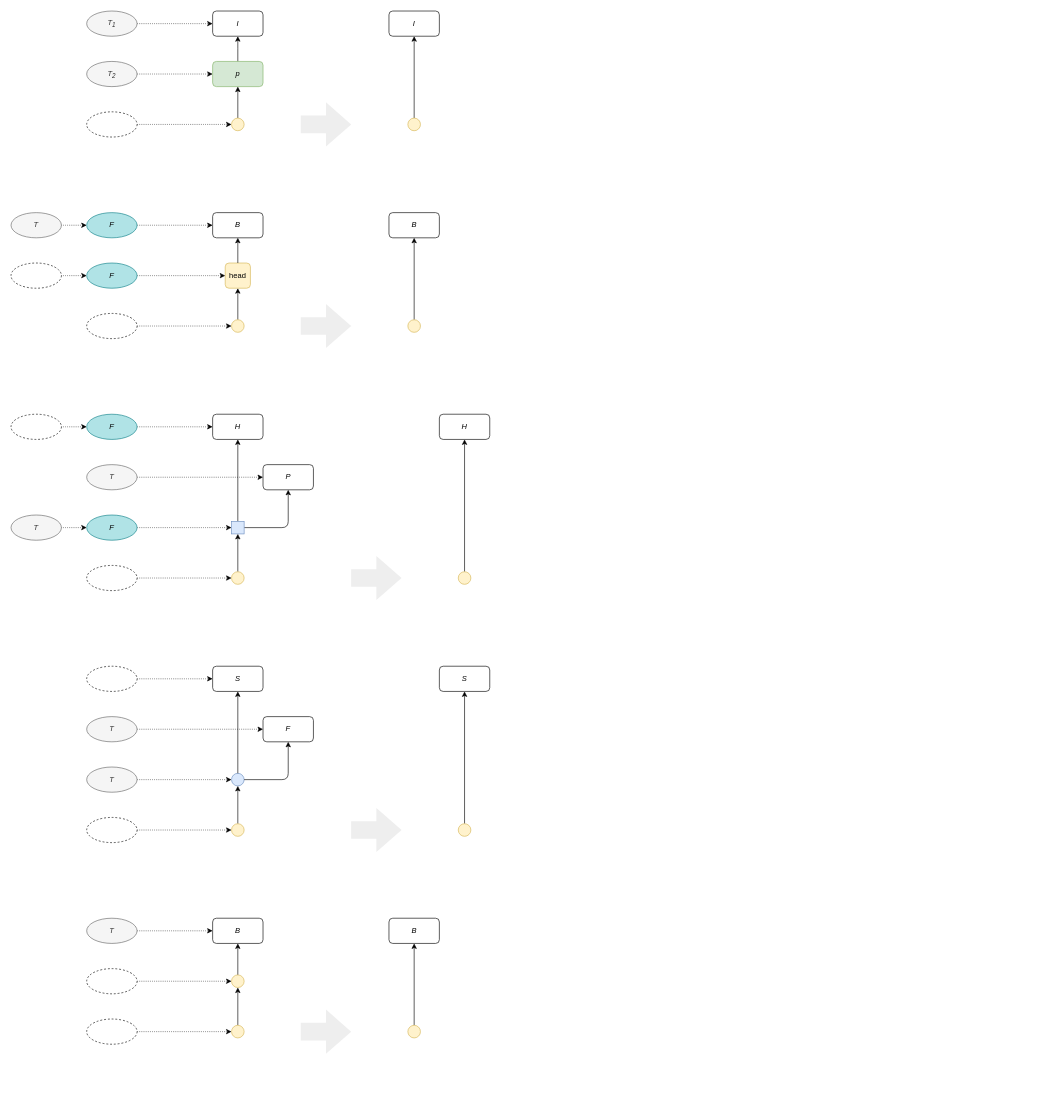
This is page "Slot Propagation" (2 of 3) of rewrite-rules.drawio from rbt-lang/diagrams, a draw.io file, before an edit. Source tidied: cells renumbered, new cells numbered last; positions are measured from the earlier drawing's top-left corner, leaving out a move shared by most shapes. Both pictures are drawn from the tidied source at 63%, with x=0, y=0 at pixel (11, 11).
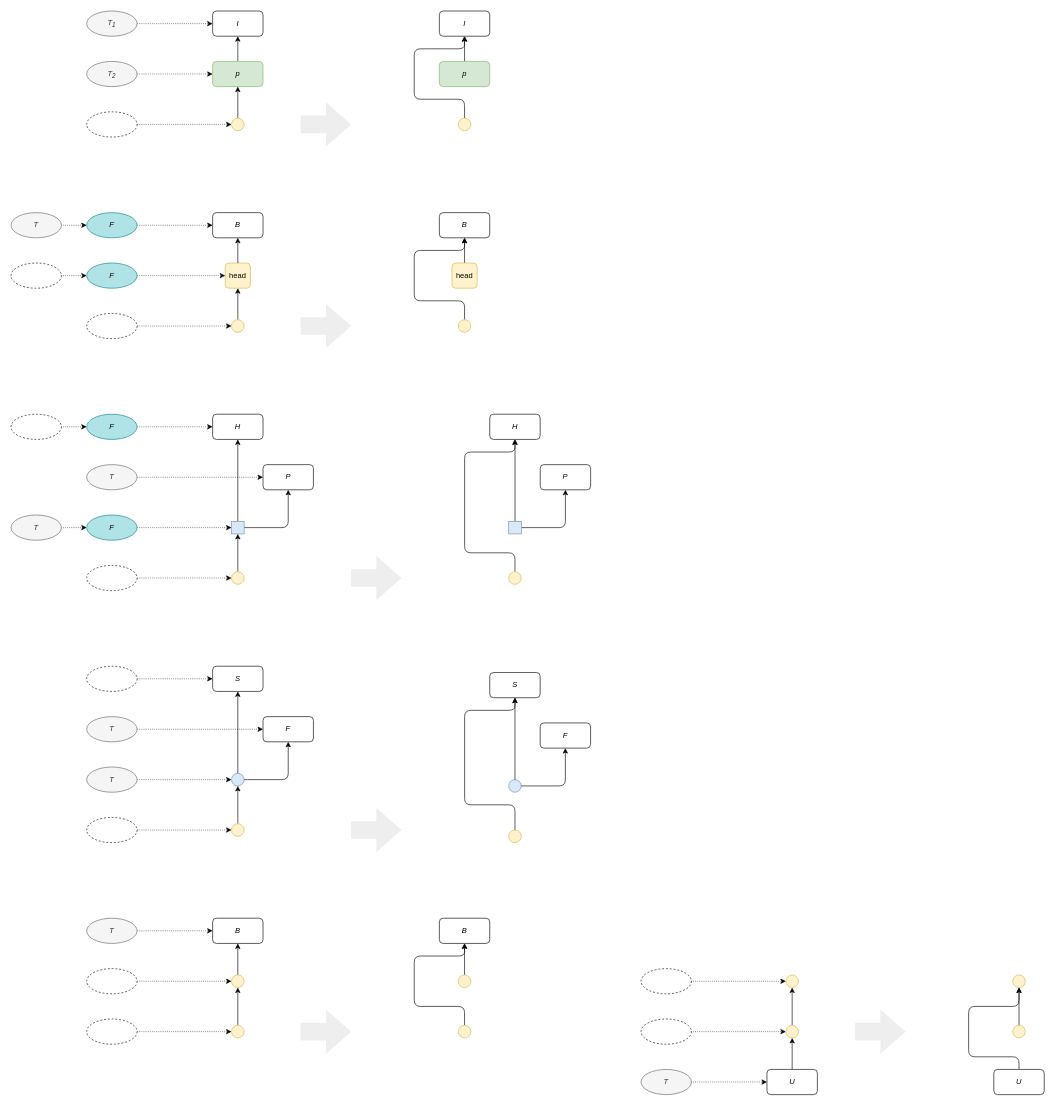
After the change.

The edit, as a diff of the source:
```diff
@@
     <mxCell id="19" value="&lt;i&gt;I&lt;/i&gt;" style="rounded=1;whiteSpace=wrap;html=1;" parent="1" vertex="1">
-      <mxGeometry x="599.9" width="80" height="40" as="geometry" />
+      <mxGeometry x="679.9" width="80" height="40" as="geometry" />
     </mxCell>
-    <mxCell id="20" style="edgeStyle=orthogonalEdgeStyle;rounded=0;jettySize=auto;html=1;entryX=0.5;entryY=1;entryDx=0;entryDy=0;startArrow=none;startFill=0;" parent="1" edge="1" source="21" target="19">
-      <mxGeometry relative="1" as="geometry" />
+    <mxCell id="20" style="edgeStyle=orthogonalEdgeStyle;rounded=1;jettySize=auto;html=1;entryX=0.5;entryY=1;entryDx=0;entryDy=0;startArrow=none;startFill=0;" parent="1" edge="1" source="21" target="19">
+      <mxGeometry relative="1" as="geometry">
+        <Array as="points">
+          <mxPoint x="720" y="140" />
+          <mxPoint x="640" y="140" />
+          <mxPoint x="640" y="60" />
+          <mxPoint x="720" y="60" />
+        </Array>
+      </mxGeometry>
     </mxCell>
     <mxCell id="21" style="ellipse;whiteSpace=wrap;html=1;rounded=1;shadow=0;glass=0;sketch=0;align=left;fillColor=#fff2cc;strokeColor=#d6b656;" parent="1" vertex="1">
-      <mxGeometry x="629.9" y="170" width="20" height="20" as="geometry" />
+      <mxGeometry x="709.9" y="170" width="20" height="20" as="geometry" />
     </mxCell>
@@
     <mxCell id="27" value="&lt;i&gt;B&lt;/i&gt;" style="rounded=1;whiteSpace=wrap;html=1;" parent="1" vertex="1">
-      <mxGeometry x="599.9" y="320" width="80" height="40" as="geometry" />
+      <mxGeometry x="679.9" y="320" width="80" height="40" as="geometry" />
     </mxCell>
-    <mxCell id="28" style="edgeStyle=orthogonalEdgeStyle;rounded=0;jettySize=auto;html=1;entryX=0.5;entryY=1;entryDx=0;entryDy=0;startArrow=none;startFill=0;" parent="1" edge="1" source="29" target="27">
-      <mxGeometry relative="1" as="geometry" />
+    <mxCell id="28" style="edgeStyle=orthogonalEdgeStyle;rounded=1;jettySize=auto;html=1;entryX=0.5;entryY=1;entryDx=0;entryDy=0;startArrow=none;startFill=0;" parent="1" edge="1" source="29" target="27">
+      <mxGeometry relative="1" as="geometry">
+        <Array as="points">
+          <mxPoint x="720" y="460" />
+          <mxPoint x="640" y="460" />
+          <mxPoint x="640" y="380" />
+          <mxPoint x="720" y="380" />
+        </Array>
+      </mxGeometry>
     </mxCell>
     <mxCell id="29" style="ellipse;whiteSpace=wrap;html=1;rounded=1;shadow=0;glass=0;sketch=0;align=left;fillColor=#fff2cc;strokeColor=#d6b656;" parent="1" vertex="1">
-      <mxGeometry x="629.9" y="490" width="20" height="20" as="geometry" />
+      <mxGeometry x="709.9" y="490" width="20" height="20" as="geometry" />
     </mxCell>
@@
     <mxCell id="33" value="&lt;i&gt;H&lt;/i&gt;" style="rounded=1;whiteSpace=wrap;html=1;" parent="1" vertex="1">
-      <mxGeometry x="679.9" y="640" width="80" height="40" as="geometry" />
+      <mxGeometry x="759.9" y="640" width="80" height="40" as="geometry" />
     </mxCell>
-    <mxCell id="34" style="edgeStyle=orthogonalEdgeStyle;rounded=0;jettySize=auto;html=1;entryX=0.5;entryY=1;entryDx=0;entryDy=0;startArrow=none;startFill=0;" parent="1" edge="1" source="35" target="33">
-      <mxGeometry relative="1" as="geometry" />
+    <mxCell id="34" style="edgeStyle=orthogonalEdgeStyle;rounded=1;jettySize=auto;html=1;entryX=0.5;entryY=1;entryDx=0;entryDy=0;startArrow=none;startFill=0;" parent="1" edge="1" source="35" target="33">
+      <mxGeometry relative="1" as="geometry">
+        <Array as="points">
+          <mxPoint x="800" y="860" />
+          <mxPoint x="720" y="860" />
+          <mxPoint x="720" y="700" />
+          <mxPoint x="800" y="700" />
+        </Array>
+      </mxGeometry>
     </mxCell>
     <mxCell id="35" style="ellipse;whiteSpace=wrap;html=1;rounded=1;shadow=0;glass=0;sketch=0;align=left;fillColor=#fff2cc;strokeColor=#d6b656;" parent="1" vertex="1">
-      <mxGeometry x="709.9" y="890" width="20" height="20" as="geometry" />
+      <mxGeometry x="789.9" y="890" width="20" height="20" as="geometry" />
     </mxCell>
@@
-    <mxCell id="39" value="&lt;i&gt;S&lt;/i&gt;" style="rounded=1;whiteSpace=wrap;html=1;" parent="1" vertex="1">
-      <mxGeometry x="679.9" y="1040" width="80" height="40" as="geometry" />
-    </mxCell>
-    <mxCell id="40" style="edgeStyle=orthogonalEdgeStyle;rounded=0;jettySize=auto;html=1;entryX=0.5;entryY=1;entryDx=0;entryDy=0;startArrow=none;startFill=0;" parent="1" edge="1" source="41" target="39">
-      <mxGeometry relative="1" as="geometry" />
-    </mxCell>
-    <mxCell id="41" style="ellipse;whiteSpace=wrap;html=1;rounded=1;shadow=0;glass=0;sketch=0;align=left;fillColor=#fff2cc;strokeColor=#d6b656;" parent="1" vertex="1">
-      <mxGeometry x="709.9" y="1290" width="20" height="20" as="geometry" />
-    </mxCell>
@@
-    <mxCell id="47" value="&lt;i&gt;B&lt;/i&gt;" style="rounded=1;whiteSpace=wrap;html=1;" parent="1" vertex="1">
-      <mxGeometry x="599.9" y="1440" width="80" height="40" as="geometry" />
-    </mxCell>
-    <mxCell id="48" style="edgeStyle=orthogonalEdgeStyle;rounded=0;jettySize=auto;html=1;entryX=0.5;entryY=1;entryDx=0;entryDy=0;startArrow=none;startFill=0;" parent="1" edge="1" source="49" target="47">
-      <mxGeometry relative="1" as="geometry" />
-    </mxCell>
-    <mxCell id="49" style="ellipse;whiteSpace=wrap;html=1;rounded=1;shadow=0;glass=0;sketch=0;align=left;fillColor=#fff2cc;strokeColor=#d6b656;" parent="1" vertex="1">
-      <mxGeometry x="629.9" y="1610" width="20" height="20" as="geometry" />
-    </mxCell>
@@
+    <mxCell id="93" style="edgeStyle=orthogonalEdgeStyle;rounded=1;jettySize=auto;html=1;entryX=0.5;entryY=1;entryDx=0;entryDy=0;startArrow=none;startFill=0;" parent="1" edge="1" source="94" target="19">
+      <mxGeometry relative="1" as="geometry" />
+    </mxCell>
+    <mxCell id="94" value="&lt;i&gt;p&lt;/i&gt;" style="rounded=1;whiteSpace=wrap;html=1;fillColor=#d5e8d4;strokeColor=#82b366;" parent="1" vertex="1">
+      <mxGeometry x="679.9" y="80" width="80" height="40" as="geometry" />
+    </mxCell>
+    <mxCell id="95" style="edgeStyle=orthogonalEdgeStyle;rounded=1;jettySize=auto;html=1;startArrow=none;startFill=0;entryX=0.5;entryY=1;entryDx=0;entryDy=0;" parent="1" edge="1" source="96" target="27">
+      <mxGeometry relative="1" as="geometry" />
+    </mxCell>
+    <mxCell id="96" value="head" style="rounded=1;whiteSpace=wrap;html=1;fillColor=#fff2cc;strokeColor=#d6b656;" parent="1" vertex="1">
+      <mxGeometry x="699.9" y="400" width="40" height="40" as="geometry" />
+    </mxCell>
+    <mxCell id="97" style="edgeStyle=orthogonalEdgeStyle;rounded=1;jettySize=auto;html=1;entryX=0.5;entryY=1;entryDx=0;entryDy=0;" parent="1" edge="1" source="99" target="100">
+      <mxGeometry relative="1" as="geometry" />
+    </mxCell>
+    <mxCell id="98" style="edgeStyle=orthogonalEdgeStyle;rounded=1;jettySize=auto;html=1;entryX=0.5;entryY=1;entryDx=0;entryDy=0;startArrow=none;startFill=0;" parent="1" edge="1" source="99" target="33">
+      <mxGeometry relative="1" as="geometry">
+        <Array as="points">
+          <mxPoint x="800" y="690" />
+          <mxPoint x="800" y="690" />
+        </Array>
+      </mxGeometry>
+    </mxCell>
+    <mxCell id="99" style="rounded=0;whiteSpace=wrap;html=1;fillColor=#dae8fc;strokeColor=#6c8ebf;" parent="1" vertex="1">
+      <mxGeometry x="790" y="810" width="20" height="20" as="geometry" />
+    </mxCell>
+    <mxCell id="100" value="&lt;i&gt;P&lt;/i&gt;" style="rounded=1;whiteSpace=wrap;html=1;" parent="1" vertex="1">
+      <mxGeometry x="840" y="720" width="80" height="40" as="geometry" />
+    </mxCell>
+    <mxCell id="101" style="ellipse;whiteSpace=wrap;html=1;rounded=1;shadow=0;glass=0;sketch=0;align=left;fillColor=#dae8fc;strokeColor=#6c8ebf;" parent="1" vertex="1">
+      <mxGeometry x="789.9" y="1220" width="20" height="20" as="geometry" />
+    </mxCell>
+    <mxCell id="102" style="edgeStyle=orthogonalEdgeStyle;rounded=0;jettySize=auto;html=1;entryX=0.5;entryY=1;entryDx=0;entryDy=0;exitX=0.5;exitY=0;exitDx=0;exitDy=0;startArrow=none;startFill=0;" parent="1" edge="1" source="101" target="39">
+      <mxGeometry relative="1" as="geometry" />
+    </mxCell>
+    <mxCell id="103" style="edgeStyle=orthogonalEdgeStyle;rounded=1;jettySize=auto;html=1;entryX=0.5;entryY=1;entryDx=0;entryDy=0;exitX=1;exitY=0.5;exitDx=0;exitDy=0;" parent="1" edge="1" source="101" target="104">
+      <mxGeometry relative="1" as="geometry" />
+    </mxCell>
+    <mxCell id="39" value="&lt;i&gt;S&lt;/i&gt;" style="rounded=1;whiteSpace=wrap;html=1;" parent="1" vertex="1">
+      <mxGeometry x="759.9" y="1050" width="80" height="40" as="geometry" />
+    </mxCell>
+    <mxCell id="104" value="&lt;i&gt;F&lt;/i&gt;" style="rounded=1;whiteSpace=wrap;html=1;" parent="1" vertex="1">
+      <mxGeometry x="839.9" y="1130" width="80" height="40" as="geometry" />
+    </mxCell>
+    <mxCell id="105" style="edgeStyle=orthogonalEdgeStyle;rounded=1;jettySize=auto;html=1;entryX=0.5;entryY=1;entryDx=0;entryDy=0;startArrow=none;startFill=0;" parent="1" edge="1" source="106" target="39">
+      <mxGeometry relative="1" as="geometry">
+        <Array as="points">
+          <mxPoint x="800" y="1260" />
+          <mxPoint x="720" y="1260" />
+          <mxPoint x="720" y="1110" />
+          <mxPoint x="800" y="1110" />
+        </Array>
+      </mxGeometry>
+    </mxCell>
+    <mxCell id="106" style="ellipse;whiteSpace=wrap;html=1;rounded=1;shadow=0;glass=0;sketch=0;align=left;fillColor=#fff2cc;strokeColor=#d6b656;" parent="1" vertex="1">
+      <mxGeometry x="789.9" y="1300" width="20" height="20" as="geometry" />
+    </mxCell>
+    <mxCell id="107" style="edgeStyle=orthogonalEdgeStyle;rounded=0;jettySize=auto;html=1;strokeWidth=1;endArrow=classic;endFill=1;startArrow=none;startFill=0;entryX=0.5;entryY=1;entryDx=0;entryDy=0;exitX=0.5;exitY=0;exitDx=0;exitDy=0;" parent="1" edge="1" source="110" target="47">
+      <mxGeometry relative="1" as="geometry" />
+    </mxCell>
+    <mxCell id="47" value="&lt;i&gt;B&lt;/i&gt;" style="rounded=1;whiteSpace=wrap;html=1;" parent="1" vertex="1">
+      <mxGeometry x="679.9" y="1440" width="80" height="40" as="geometry" />
+    </mxCell>
+    <mxCell id="108" style="edgeStyle=orthogonalEdgeStyle;rounded=1;jettySize=auto;html=1;startArrow=none;startFill=0;entryX=0.5;entryY=1;entryDx=0;entryDy=0;" parent="1" edge="1" source="109" target="47">
+      <mxGeometry relative="1" as="geometry">
+        <Array as="points">
+          <mxPoint x="720" y="1580" />
+          <mxPoint x="640" y="1580" />
+          <mxPoint x="640" y="1500" />
+          <mxPoint x="720" y="1500" />
+        </Array>
+      </mxGeometry>
+    </mxCell>
+    <mxCell id="109" style="ellipse;whiteSpace=wrap;html=1;rounded=1;shadow=0;glass=0;sketch=0;align=left;fillColor=#fff2cc;strokeColor=#d6b656;" parent="1" vertex="1">
+      <mxGeometry x="709.9" y="1610" width="20" height="20" as="geometry" />
+    </mxCell>
+    <mxCell id="110" style="ellipse;whiteSpace=wrap;html=1;rounded=1;shadow=0;glass=0;sketch=0;align=left;fillColor=#fff2cc;strokeColor=#d6b656;" parent="1" vertex="1">
+      <mxGeometry x="709.9" y="1530" width="20" height="20" as="geometry" />
+    </mxCell>
+    <mxCell id="111" style="edgeStyle=orthogonalEdgeStyle;rounded=0;jettySize=auto;html=1;startArrow=none;startFill=0;entryX=0.5;entryY=1;entryDx=0;entryDy=0;" parent="1" edge="1" source="112" target="114">
+      <mxGeometry relative="1" as="geometry" />
+    </mxCell>
+    <mxCell id="112" style="ellipse;whiteSpace=wrap;html=1;rounded=1;shadow=0;glass=0;sketch=0;align=left;fillColor=#fff2cc;strokeColor=#d6b656;" parent="1" vertex="1">
+      <mxGeometry x="1229.9" y="1610" width="20" height="20" as="geometry" />
+    </mxCell>
+    <mxCell id="113" style="html=1;shadow=0;dashed=0;align=center;verticalAlign=middle;shape=mxgraph.arrows2.arrow;dy=0.6;dx=40;notch=0;fillColor=#eeeeee;strokeColor=none;" parent="1" vertex="1">
+      <mxGeometry x="1339.9" y="1585" width="80" height="70" as="geometry" />
+    </mxCell>
+    <mxCell id="114" style="ellipse;whiteSpace=wrap;html=1;rounded=1;shadow=0;glass=0;sketch=0;align=left;fillColor=#fff2cc;strokeColor=#d6b656;" parent="1" vertex="1">
+      <mxGeometry x="1229.9" y="1530" width="20" height="20" as="geometry" />
+    </mxCell>
+    <mxCell id="115" style="edgeStyle=orthogonalEdgeStyle;rounded=1;jettySize=auto;html=1;entryX=0;entryY=0.5;entryDx=0;entryDy=0;dashed=1;dashPattern=1 2;startArrow=none;startFill=0;" parent="1" edge="1" source="116" target="114">
+      <mxGeometry relative="1" as="geometry" />
+    </mxCell>
+    <mxCell id="116" style="ellipse;whiteSpace=wrap;html=1;dashed=1;" parent="1" vertex="1">
+      <mxGeometry x="1000" y="1520" width="80" height="40" as="geometry" />
+    </mxCell>
+    <mxCell id="117" style="edgeStyle=orthogonalEdgeStyle;rounded=1;jettySize=auto;html=1;entryX=0;entryY=0.5;entryDx=0;entryDy=0;dashed=1;dashPattern=1 2;startArrow=none;startFill=0;" parent="1" edge="1" source="118" target="112">
+      <mxGeometry relative="1" as="geometry" />
+    </mxCell>
+    <mxCell id="118" style="ellipse;whiteSpace=wrap;html=1;dashed=1;" parent="1" vertex="1">
+      <mxGeometry x="1000" y="1600" width="80" height="40" as="geometry" />
+    </mxCell>
+    <mxCell id="119" style="edgeStyle=orthogonalEdgeStyle;rounded=1;jettySize=auto;html=1;entryX=0.5;entryY=1;entryDx=0;entryDy=0;startArrow=none;startFill=0;" parent="1" edge="1" source="120" target="112">
+      <mxGeometry relative="1" as="geometry" />
+    </mxCell>
+    <mxCell id="120" value="&lt;i&gt;U&lt;/i&gt;" style="rounded=1;whiteSpace=wrap;html=1;" parent="1" vertex="1">
+      <mxGeometry x="1199.9" y="1680" width="80" height="40" as="geometry" />
+    </mxCell>
+    <mxCell id="121" style="edgeStyle=orthogonalEdgeStyle;rounded=1;jettySize=auto;html=1;entryX=0;entryY=0.5;entryDx=0;entryDy=0;dashed=1;dashPattern=1 2;startArrow=none;startFill=0;" parent="1" edge="1" source="122" target="120">
+      <mxGeometry relative="1" as="geometry" />
+    </mxCell>
+    <mxCell id="122" value="&lt;i&gt;T&lt;/i&gt;" style="ellipse;whiteSpace=wrap;html=1;fillColor=#f5f5f5;strokeColor=#666666;fontColor=#333333;" parent="1" vertex="1">
+      <mxGeometry x="1000" y="1680" width="80" height="40" as="geometry" />
+    </mxCell>
+    <mxCell id="123" style="edgeStyle=orthogonalEdgeStyle;rounded=0;jettySize=auto;html=1;startArrow=none;startFill=0;entryX=0.5;entryY=1;entryDx=0;entryDy=0;" parent="1" edge="1" source="124" target="125">
+      <mxGeometry relative="1" as="geometry" />
+    </mxCell>
+    <mxCell id="124" style="ellipse;whiteSpace=wrap;html=1;rounded=1;shadow=0;glass=0;sketch=0;align=left;fillColor=#fff2cc;strokeColor=#d6b656;" parent="1" vertex="1">
+      <mxGeometry x="1590" y="1610" width="20" height="20" as="geometry" />
+    </mxCell>
+    <mxCell id="125" style="ellipse;whiteSpace=wrap;html=1;rounded=1;shadow=0;glass=0;sketch=0;align=left;fillColor=#fff2cc;strokeColor=#d6b656;" parent="1" vertex="1">
+      <mxGeometry x="1590" y="1530" width="20" height="20" as="geometry" />
+    </mxCell>
+    <mxCell id="126" style="edgeStyle=orthogonalEdgeStyle;rounded=1;jettySize=auto;html=1;entryX=0.5;entryY=1;entryDx=0;entryDy=0;startArrow=none;startFill=0;" parent="1" edge="1" source="127" target="125">
+      <mxGeometry relative="1" as="geometry">
+        <Array as="points">
+          <mxPoint x="1600" y="1660" />
+          <mxPoint x="1520" y="1660" />
+          <mxPoint x="1520" y="1580" />
+          <mxPoint x="1600" y="1580" />
+        </Array>
+      </mxGeometry>
+    </mxCell>
+    <mxCell id="127" value="&lt;i&gt;U&lt;/i&gt;" style="rounded=1;whiteSpace=wrap;html=1;" parent="1" vertex="1">
+      <mxGeometry x="1560" y="1680" width="80" height="40" as="geometry" />
+    </mxCell>
```
